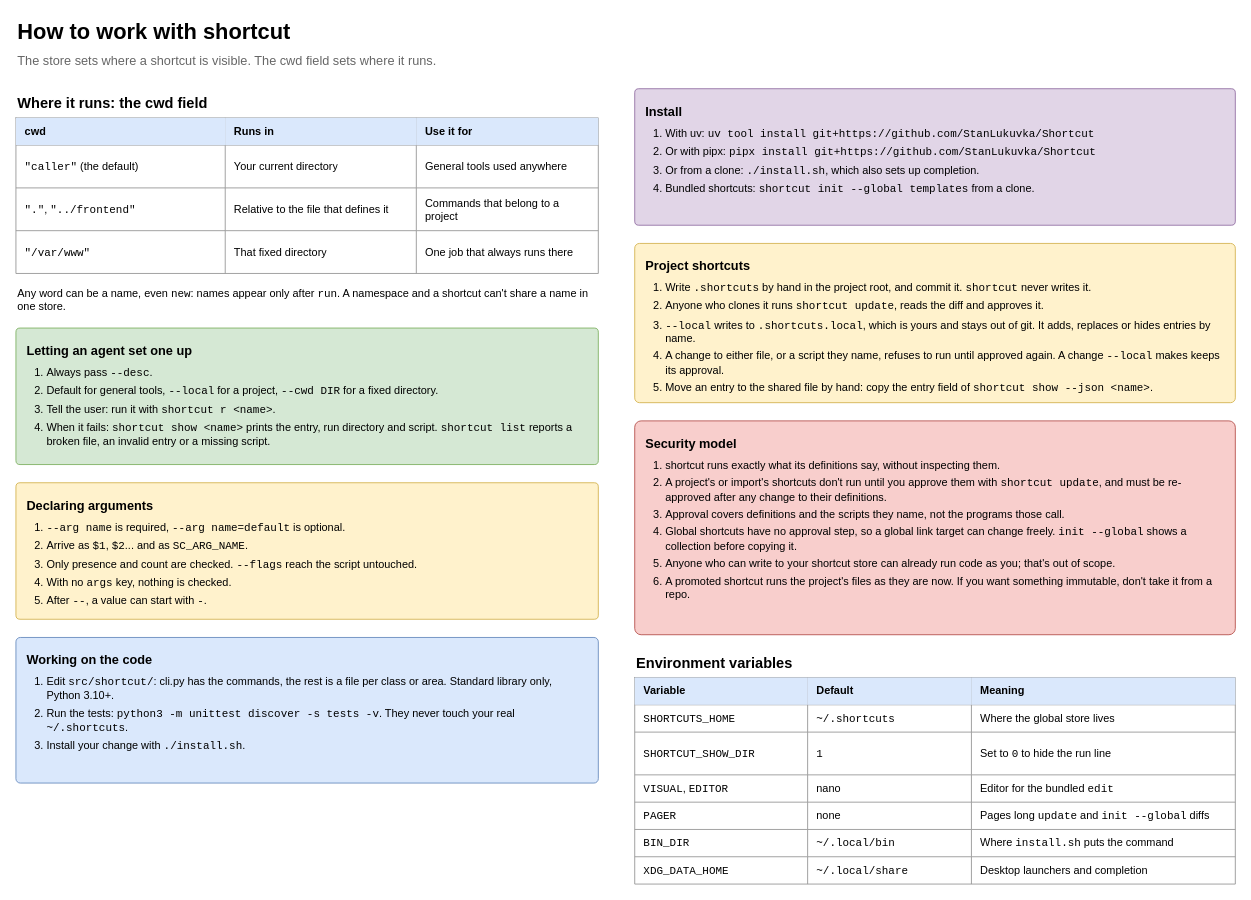
This is page "3 Working with it" (3 of 5) of docs/shortcut-overview.drawio from StanLukuvka/Shortcut, a draw.io file, before an edit. Source tidied: cells renumbered, new cells numbered last; positions are measured from the earlier drawing's top-left corner, leaving out a move shared by most shapes. Both pictures are drawn from the tidied source at 91%, with x=0, y=0 at pixel (15, 15).
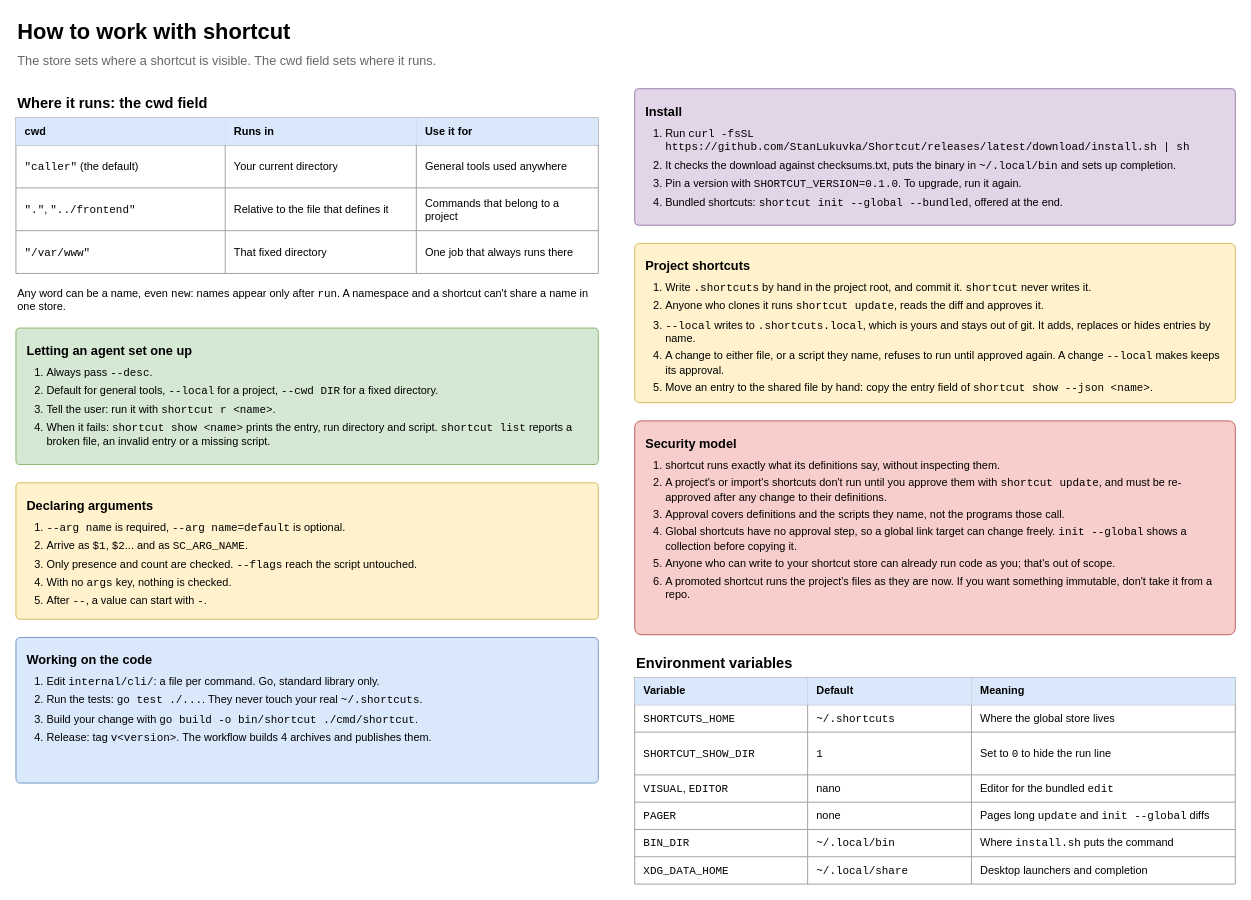
The same diagram, later.

The edit, as a diff of the source:
```diff
@@
-    <mxCell id="23" value="&lt;b style='font-size:14px'&gt;Install&lt;/b&gt;&lt;ol style='margin:8px 0 0 0;padding-left:22px'&gt;&lt;li style='margin-bottom:5px'&gt;With uv: &lt;font face=&quot;monospace&quot;&gt;uv tool install git+https://github.com/StanLukuvka/Shortcut&lt;/font&gt;&lt;/li&gt;&lt;li style='margin-bottom:5px'&gt;Or with pipx: &lt;font face=&quot;monospace&quot;&gt;pipx install git+https://github.com/StanLukuvka/Shortcut&lt;/font&gt;&lt;/li&gt;&lt;li style='margin-bottom:5px'&gt;Or from a clone: &lt;font face=&quot;monospace&quot;&gt;./install.sh&lt;/font&gt;, which also sets up completion.&lt;/li&gt;&lt;li style='margin-bottom:5px'&gt;Bundled shortcuts: &lt;font face=&quot;monospace&quot;&gt;shortcut init --global templates&lt;/font&gt; from a clone.&lt;/li&gt;&lt;/ol&gt;" style="rounded=1;whiteSpace=wrap;html=1;arcSize=3;fillColor=#e1d5e7;strokeColor=#9673a6;fontSize=12;align=left;verticalAlign=top;spacing=12;" parent="1" vertex="1">
+    <mxCell id="23" value="&lt;b style='font-size:14px'&gt;Install&lt;/b&gt;&lt;ol style='margin:8px 0 0 0;padding-left:22px'&gt;&lt;li style='margin-bottom:5px'&gt;Run &lt;font face=&quot;monospace&quot;&gt;curl -fsSL https://github.com/StanLukuvka/Shortcut/releases/latest/download/install.sh | sh&lt;/font&gt;&lt;/li&gt;&lt;li style='margin-bottom:5px'&gt;It checks the download against checksums.txt, puts the binary in &lt;font face=&quot;monospace&quot;&gt;~/.local/bin&lt;/font&gt; and sets up completion.&lt;/li&gt;&lt;li style='margin-bottom:5px'&gt;Pin a version with &lt;font face=&quot;monospace&quot;&gt;SHORTCUT_VERSION=0.1.0&lt;/font&gt;. To upgrade, run it again.&lt;/li&gt;&lt;li style='margin-bottom:5px'&gt;Bundled shortcuts: &lt;font face=&quot;monospace&quot;&gt;shortcut init --global --bundled&lt;/font&gt;, offered at the end.&lt;/li&gt;&lt;/ol&gt;" style="rounded=1;whiteSpace=wrap;html=1;arcSize=3;fillColor=#e1d5e7;strokeColor=#9673a6;fontSize=12;align=left;verticalAlign=top;spacing=12;" parent="1" vertex="1">
       <mxGeometry x="680" y="80" width="660" height="150" as="geometry" />
     </mxCell>
@@
-    <mxCell id="28" value="&lt;b style='font-size:14px'&gt;Working on the code&lt;/b&gt;&lt;ol style='margin:8px 0 0 0;padding-left:22px'&gt;&lt;li style='margin-bottom:5px'&gt;Edit &lt;font face=&quot;monospace&quot;&gt;src/shortcut/&lt;/font&gt;: cli.py has the commands, the rest is a file per class or area. Standard library only, Python 3.10+.&lt;/li&gt;&lt;li style='margin-bottom:5px'&gt;Run the tests: &lt;font face=&quot;monospace&quot;&gt;python3 -m unittest discover -s tests -v&lt;/font&gt;. They never touch your real &lt;font face=&quot;monospace&quot;&gt;~/.shortcuts&lt;/font&gt;.&lt;/li&gt;&lt;li style='margin-bottom:5px'&gt;Install your change with &lt;font face=&quot;monospace&quot;&gt;./install.sh&lt;/font&gt;.&lt;/li&gt;&lt;/ol&gt;" style="rounded=1;whiteSpace=wrap;html=1;arcSize=3;fillColor=#dae8fc;strokeColor=#6c8ebf;fontSize=12;align=left;verticalAlign=top;spacing=12;" parent="1" vertex="1">
+    <mxCell id="28" value="&lt;b style='font-size:14px'&gt;Working on the code&lt;/b&gt;&lt;ol style='margin:8px 0 0 0;padding-left:22px'&gt;&lt;li style='margin-bottom:5px'&gt;Edit &lt;font face=&quot;monospace&quot;&gt;internal/cli/&lt;/font&gt;: a file per command. Go, standard library only.&lt;/li&gt;&lt;li style='margin-bottom:5px'&gt;Run the tests: &lt;font face=&quot;monospace&quot;&gt;go test ./...&lt;/font&gt;. They never touch your real &lt;font face=&quot;monospace&quot;&gt;~/.shortcuts&lt;/font&gt;.&lt;/li&gt;&lt;li style='margin-bottom:5px'&gt;Build your change with &lt;font face=&quot;monospace&quot;&gt;go build -o bin/shortcut ./cmd/shortcut&lt;/font&gt;.&lt;/li&gt;&lt;li style='margin-bottom:5px'&gt;Release: tag &lt;font face=&quot;monospace&quot;&gt;v&amp;lt;version&amp;gt;&lt;/font&gt;. The workflow builds 4 archives and publishes them.&lt;/li&gt;&lt;/ol&gt;" style="rounded=1;whiteSpace=wrap;html=1;arcSize=3;fillColor=#dae8fc;strokeColor=#6c8ebf;fontSize=12;align=left;verticalAlign=top;spacing=12;" parent="1" vertex="1">
       <mxGeometry y="683" width="640" height="160" as="geometry" />
     </mxCell>
```
